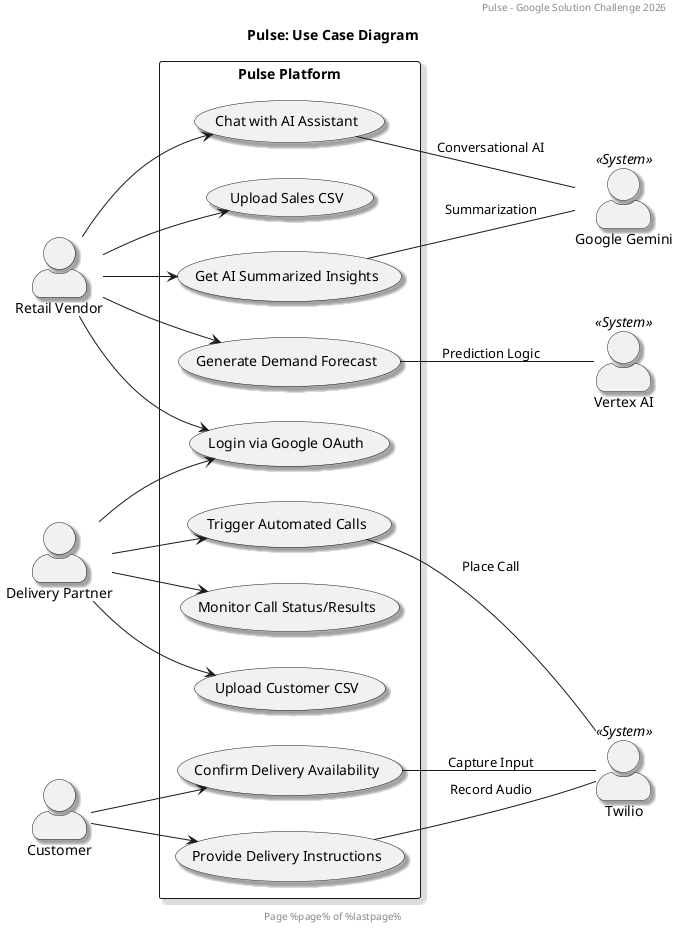
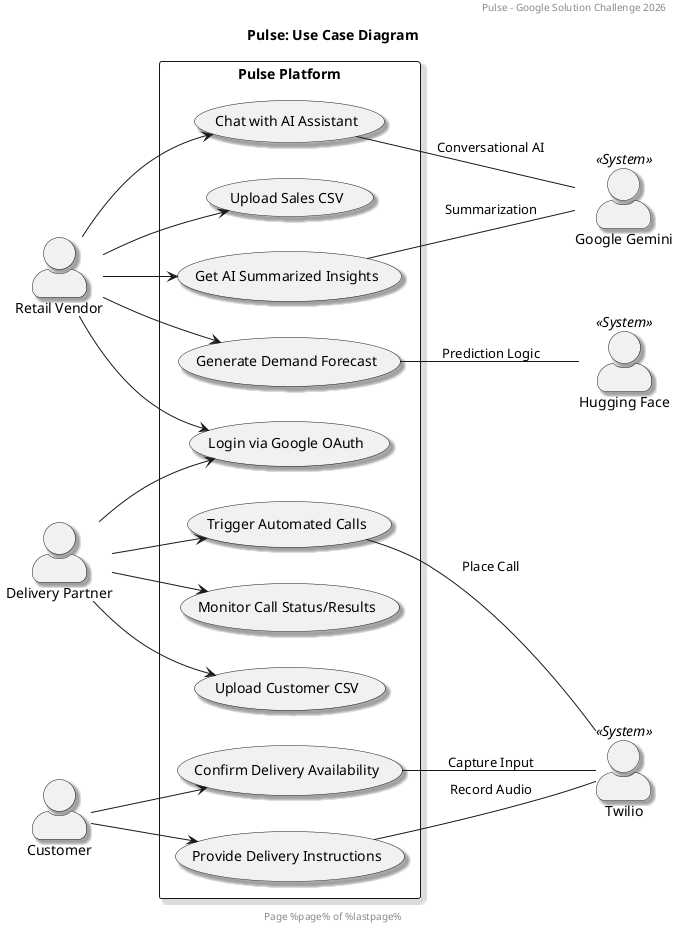
@startuml PulseUseCases

header Pulse - Google Solution Challenge 2026
footer Page %page% of %lastpage%
title Pulse: Use Case Diagram

left to right direction

skinparam actorStyle awesome
skinparam packageStyle rectangle
skinparam shadowing true

' Actors
actor "Retail Vendor" as Vendor
actor "Delivery Partner" as DeliveryPartner
actor "Customer" as Customer
actor "Google Gemini" << System >> as Gemini
- actor "Vertex AI" << System >> as Vertex
+ actor "Hugging Face" << System >> as HuggingFace
actor "Twilio" << System >> as Twilio

rectangle "Pulse Platform" {
    ' Inventory Management
    usecase "Upload Sales CSV" as UC1
    usecase "Generate Demand Forecast" as UC2
    usecase "Get AI Summarized Insights" as UC3
    usecase "Chat with AI Assistant" as UC4

    ' Delivery Coordination
    usecase "Upload Customer CSV" as UC5
    usecase "Trigger Automated Calls" as UC6
    usecase "Confirm Delivery Availability" as UC7
    usecase "Provide Delivery Instructions" as UC8
    usecase "Monitor Call Status/Results" as UC9

    ' Authentication
    usecase "Login via Google OAuth" as UC10
}

' Relationships - Vendor
Vendor --> UC10
Vendor --> UC1
Vendor --> UC2
Vendor --> UC3
Vendor --> UC4

' Relationships - Delivery Partner
DeliveryPartner --> UC10
DeliveryPartner --> UC5
DeliveryPartner --> UC6
DeliveryPartner --> UC9

' Relationships - Customer
Customer --> UC7
Customer --> UC8

' System Interconnections
- UC2 -- Vertex : "Prediction Logic"
+ UC2 -- HuggingFace : "Prediction Logic"
UC3 -- Gemini : "Summarization"
UC4 -- Gemini : "Conversational AI"
UC6 -- Twilio : "Place Call"
UC7 -- Twilio : "Capture Input"
UC8 -- Twilio : "Record Audio"

@enduml
